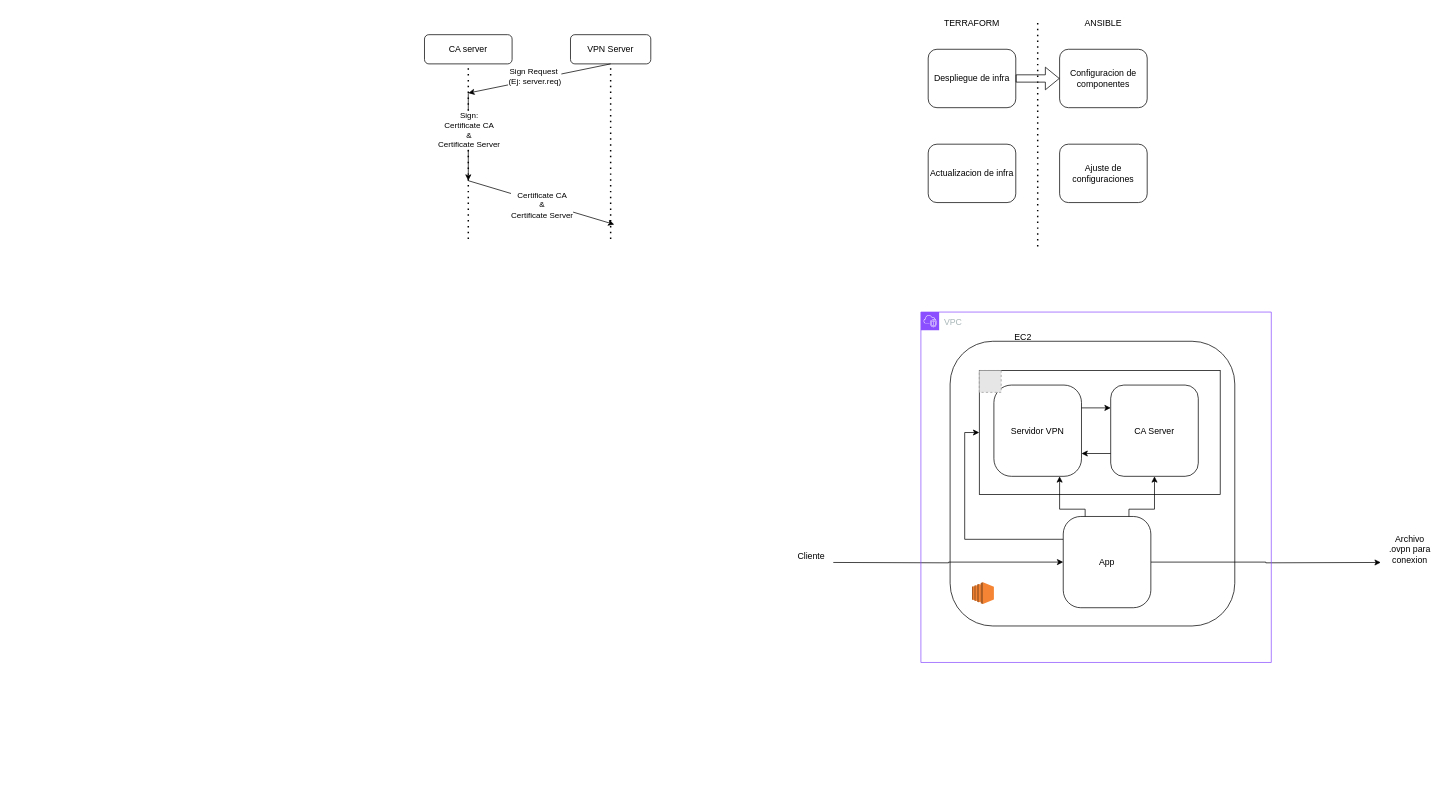
The draw.io diagram Design_VPN.drawio in MauricioD13/Project_VPN, before the edit. Source tidied: cells renumbered, new cells numbered last; positions are measured from the earlier drawing's top-left corner, leaving out a move shared by most shapes. Both pictures are drawn from the tidied source at 73%, with x=0, y=0 at pixel (424, 12). Pictures stored in the file or linked from it are replaced by grey dashed boxes.
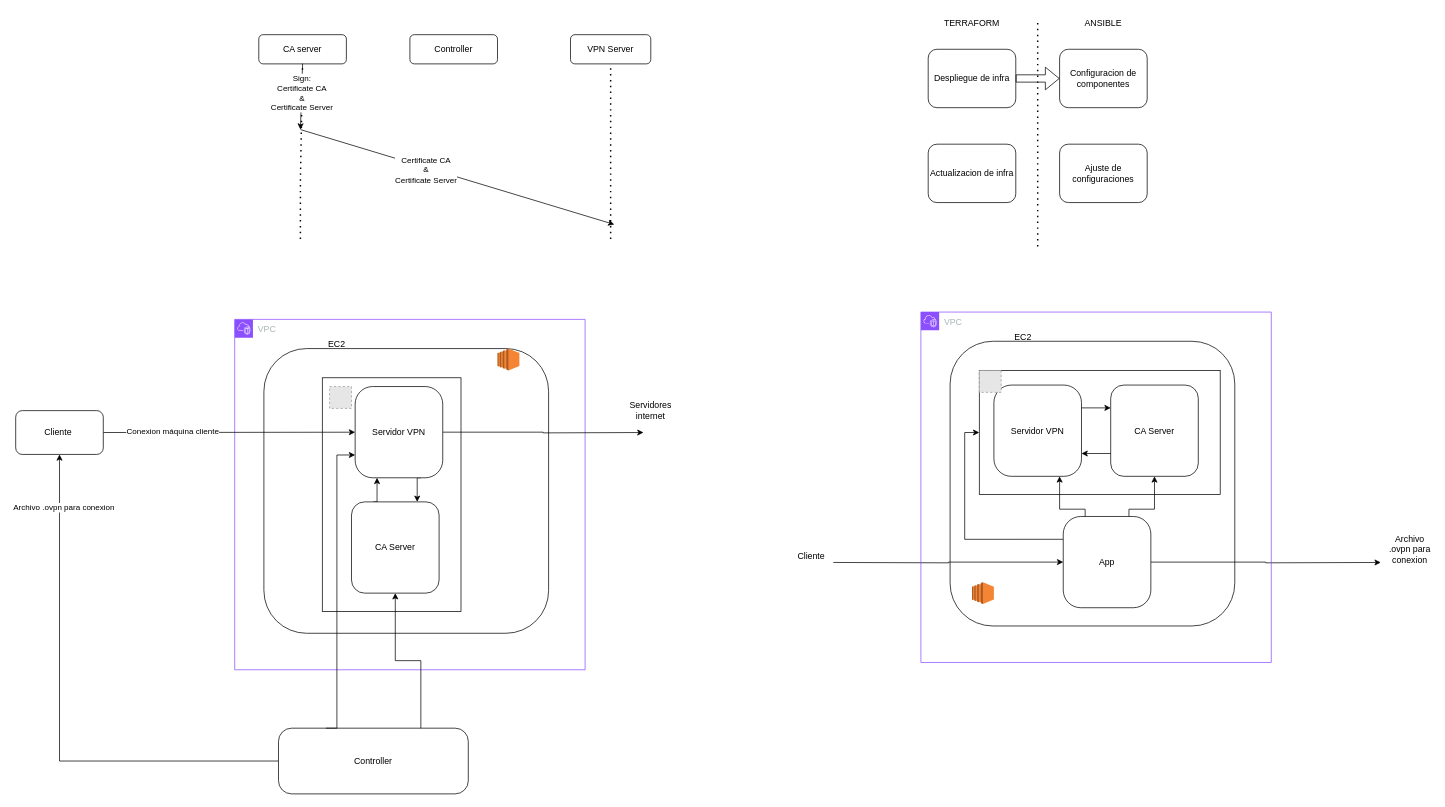
Above is the later version.

The change refers to these unchanged cells:
```xml
<mxCell id="29" value="VPN Server" style="rounded=1;whiteSpace=wrap;html=1;" parent="1" vertex="1">
  <mxGeometry x="200" y="30" width="110" height="40" as="geometry" />
</mxCell>
```

The edit, as a diff of the source:
```diff
@@
     <mxCell id="28" value="CA server" style="rounded=1;whiteSpace=wrap;html=1;" parent="1" vertex="1">
-      <mxGeometry y="30" width="120" height="40" as="geometry" />
+      <mxGeometry x="-227" y="30" width="120" height="40" as="geometry" />
     </mxCell>
@@
     <mxCell id="30" style="endArrow=none;dashed=1;html=1;dashPattern=1 3;strokeWidth=2;rounded=0;entryX=0.5;entryY=1;entryDx=0;entryDy=0;" parent="1" edge="1" target="28">
       <mxGeometry relative="1" as="geometry">
-        <mxPoint x="60" y="310" as="sourcePoint" />
+        <mxPoint x="-170" y="310" as="sourcePoint" />
         <Array as="points">
-          <mxPoint x="60" y="220" />
+          <mxPoint x="-170" y="230" />
         </Array>
       </mxGeometry>
     </mxCell>
@@
-    <mxCell id="32" style="endArrow=classic;html=1;rounded=0;exitX=0.5;exitY=1;exitDx=0;exitDy=0;" parent="1" edge="1" source="29">
-      <mxGeometry relative="1" as="geometry">
-        <mxPoint x="60" y="110" as="targetPoint" />
-      </mxGeometry>
-    </mxCell>
-    <mxCell id="33" value="Sign Request&amp;nbsp;&lt;br&gt;(Ej: server.req)" style="edgeLabel;html=1;align=center;verticalAlign=middle;" parent="32" vertex="1">
-      <mxGeometry x="0.06" y="-5" relative="1" as="geometry" />
-    </mxCell>
-    <mxCell id="34" style="endArrow=classic;html=1;rounded=0;" parent="1" edge="1">
+    <mxCell id="34" style="endArrow=classic;html=1;rounded=0;exitX=0.5;exitY=1;exitDx=0;exitDy=0;" parent="1" edge="1" source="28">
       <mxGeometry relative="1" as="geometry">
-        <mxPoint x="60" y="110" as="sourcePoint" />
-        <mxPoint x="60" y="230" as="targetPoint" />
+        <mxPoint x="-170" y="160" as="targetPoint" />
       </mxGeometry>
     </mxCell>
@@
     <mxCell id="36" style="endArrow=classic;html=1;rounded=0;" parent="1" edge="1">
       <mxGeometry relative="1" as="geometry">
-        <mxPoint x="60" y="230" as="sourcePoint" />
+        <mxPoint x="-170" y="160" as="sourcePoint" />
         <mxPoint x="260" y="290" as="targetPoint" />
       </mxGeometry>
     </mxCell>
@@
+    <mxCell id="38" style="rounded=1;whiteSpace=wrap;html=1;" parent="1" vertex="1">
+      <mxGeometry x="-220" y="460" width="390" height="390" as="geometry" />
+    </mxCell>
+    <mxCell id="39" value="EC2" style="text;html=1;strokeColor=none;fillColor=none;align=center;verticalAlign=middle;whiteSpace=wrap;rounded=0;" parent="1" vertex="1">
+      <mxGeometry x="-150" y="440" width="60" height="30" as="geometry" />
+    </mxCell>
+    <mxCell id="40" style="edgeStyle=orthogonalEdgeStyle;rounded=0;jettySize=auto;html=1;exitX=0;exitY=0.5;exitDx=0;exitDy=0;entryX=0.5;entryY=1;entryDx=0;entryDy=0;" parent="1" edge="1" source="42" target="57">
+      <mxGeometry relative="1" as="geometry" />
+    </mxCell>
+    <mxCell id="41" value="Archivo .ovpn para conexion" style="edgeLabel;html=1;align=center;verticalAlign=middle;" parent="40" vertex="1">
+      <mxGeometry x="0.8" y="-5" relative="1" as="geometry" />
+    </mxCell>
+    <mxCell id="42" value="Controller" style="rounded=1;whiteSpace=wrap;html=1;arcSize=20;" parent="1" vertex="1">
+      <mxGeometry x="-200" y="980" width="260" height="90" as="geometry" />
+    </mxCell>
+    <mxCell id="43" value="VPC" style="gradientColor=none;html=1;whiteSpace=wrap;fontSize=12;fontStyle=0;shape=mxgraph.aws4.group;grIcon=mxgraph.aws4.group_vpc2;strokeColor=#8C4FFF;fillColor=none;verticalAlign=top;align=left;spacingLeft=30;fontColor=#AAB7B8;dashed=0;" parent="1" vertex="1">
+      <mxGeometry x="-260" y="420" width="480" height="480" as="geometry" />
+    </mxCell>
+    <mxCell id="44" style="rounded=0;whiteSpace=wrap;html=1;" parent="43" vertex="1">
+      <mxGeometry x="120" y="80" width="190" height="320" as="geometry" />
+    </mxCell>
+    <mxCell id="45" style="dashed=0;verticalLabelPosition=bottom;verticalAlign=top;align=center;html=1;shape=mxgraph.aws3.ec2;fillColor=#F58534;gradientColor=none;" parent="43" vertex="1">
+      <mxGeometry x="360" y="40" width="30" height="30" as="geometry" />
+    </mxCell>
+    <mxCell id="46" style="edgeStyle=orthogonalEdgeStyle;rounded=0;jettySize=auto;html=1;exitX=0.25;exitY=0;exitDx=0;exitDy=0;entryX=0.25;entryY=1;entryDx=0;entryDy=0;" parent="43" edge="1" source="47" target="50">
+      <mxGeometry relative="1" as="geometry" />
+    </mxCell>
+    <mxCell id="47" value="CA Server" style="rounded=1;whiteSpace=wrap;html=1;" parent="43" vertex="1">
+      <mxGeometry x="160" y="250" width="120" height="125" as="geometry" />
+    </mxCell>
+    <mxCell id="48" style="edgeStyle=orthogonalEdgeStyle;rounded=0;jettySize=auto;html=1;exitX=0.75;exitY=1;exitDx=0;exitDy=0;entryX=0.75;entryY=0;entryDx=0;entryDy=0;" parent="43" edge="1" source="50" target="47">
+      <mxGeometry relative="1" as="geometry" />
+    </mxCell>
+    <mxCell id="49" style="edgeStyle=orthogonalEdgeStyle;rounded=0;jettySize=auto;html=1;exitX=1;exitY=0.5;exitDx=0;exitDy=0;" parent="43" edge="1" source="50">
+      <mxGeometry relative="1" as="geometry">
+        <mxPoint x="560" y="155" as="targetPoint" />
+      </mxGeometry>
+    </mxCell>
+    <mxCell id="50" value="Servidor VPN" style="rounded=1;whiteSpace=wrap;html=1;arcSize=20;" parent="43" vertex="1">
+      <mxGeometry x="165" y="92" width="120" height="125" as="geometry" />
+    </mxCell>
+    <mxCell id="51" style="fillColor=#E6E6E6;strokeColor=#999999;dashed=1;html=1;verticalAlign=top;verticalLabelPosition=bottom;labelBackgroundColor=#ffffff;" parent="43" vertex="1">
+      <mxGeometry x="130" y="92" width="30" height="30" as="geometry" />
+    </mxCell>
+    <mxCell id="52" style="endArrow=classic;html=1;rounded=0;exitX=1;exitY=0.5;exitDx=0;exitDy=0;" parent="1" edge="1" source="57" target="50">
+      <mxGeometry relative="1" as="geometry" />
+    </mxCell>
+    <mxCell id="53" value="Conexion máquina cliente" style="edgeLabel;html=1;align=center;verticalAlign=middle;" parent="52" vertex="1">
+      <mxGeometry x="-0.45" y="2" relative="1" as="geometry" />
+    </mxCell>
+    <mxCell id="54" value="Servidores internet" style="text;html=1;align=center;verticalAlign=middle;whiteSpace=wrap;rounded=0;" parent="1" vertex="1">
+      <mxGeometry x="260" y="530" width="100" height="30" as="geometry" />
+    </mxCell>
+    <mxCell id="55" style="edgeStyle=orthogonalEdgeStyle;rounded=0;jettySize=auto;html=1;exitX=0.25;exitY=0;exitDx=0;exitDy=0;entryX=0;entryY=0.75;entryDx=0;entryDy=0;" parent="1" edge="1" source="42" target="50">
+      <mxGeometry relative="1" as="geometry">
+        <Array as="points">
+          <mxPoint x="-120" y="980" />
+          <mxPoint x="-120" y="606" />
+        </Array>
+      </mxGeometry>
+    </mxCell>
+    <mxCell id="56" style="edgeStyle=orthogonalEdgeStyle;rounded=0;jettySize=auto;html=1;exitX=0.75;exitY=0;exitDx=0;exitDy=0;entryX=0.5;entryY=1;entryDx=0;entryDy=0;" parent="1" edge="1" source="42" target="47">
+      <mxGeometry relative="1" as="geometry" />
+    </mxCell>
+    <mxCell id="57" value="Cliente&amp;nbsp;" style="rounded=1;whiteSpace=wrap;html=1;" parent="1" vertex="1">
+      <mxGeometry x="-560" y="545" width="120" height="60" as="geometry" />
+    </mxCell>
+    <mxCell id="58" value="Controller" style="rounded=1;whiteSpace=wrap;html=1;" parent="1" vertex="1">
+      <mxGeometry x="-20" y="30" width="120" height="40" as="geometry" />
+    </mxCell>
```
